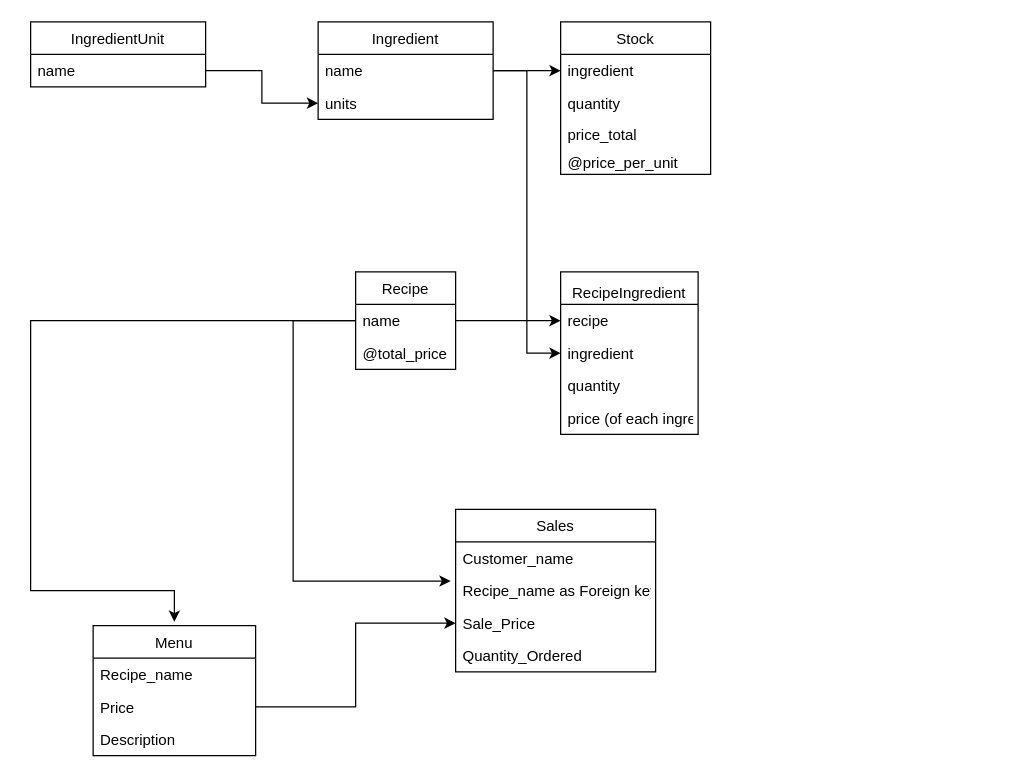
Before: restaurant/architecture.drawio in pablocalderon9408/restaurant_software, a draw.io diagram. Source tidied: cells renumbered, new cells numbered last; positions are measured from the earlier drawing's top-left corner, leaving out a move shared by most shapes. Both pictures are drawn from the tidied source at 125%, with x=0, y=0 at pixel (30, 21).
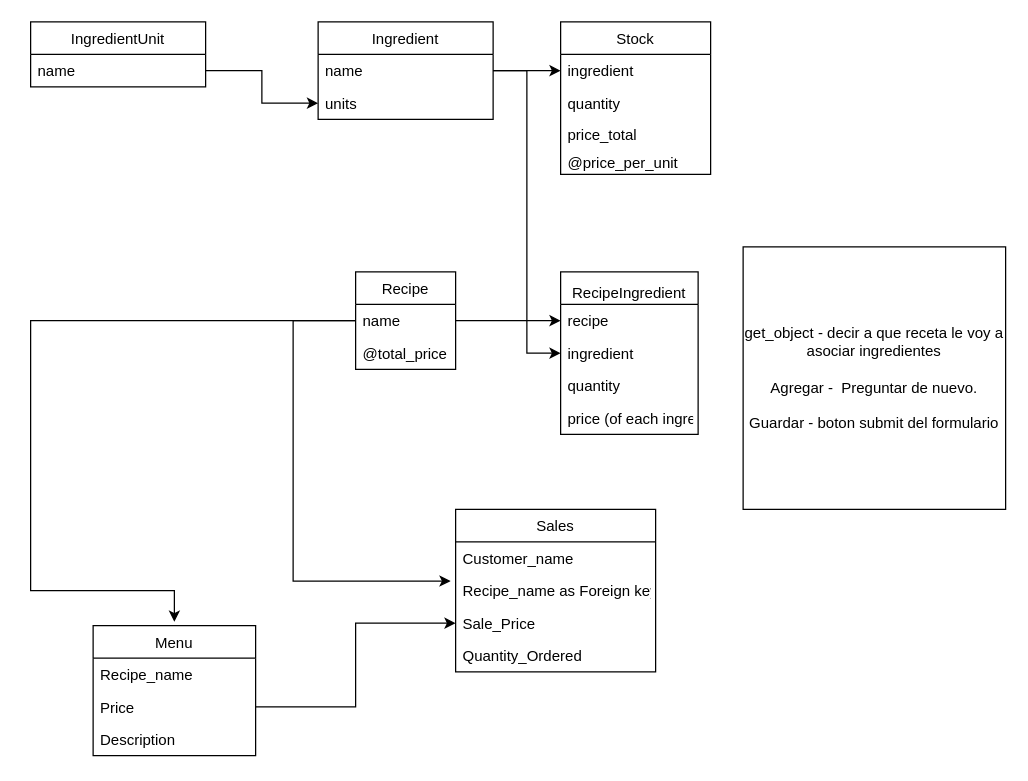
The same page after the edit.

Commit message:
Architecture slightly modified. Thinking how to code recipe-ingredients creation form

Diff of the diagram source:
```diff
@@
+    <mxCell id="36" value="get_object - decir a que receta le voy a asociar ingredientes&lt;br&gt;&lt;br&gt;Agregar -&amp;nbsp; Preguntar de nuevo.&lt;br&gt;&lt;br&gt;Guardar - boton submit del formulario" style="whiteSpace=wrap;html=1;" parent="1" vertex="1">
+      <mxGeometry x="570" y="180" width="210" height="210" as="geometry" />
+    </mxCell>
```
